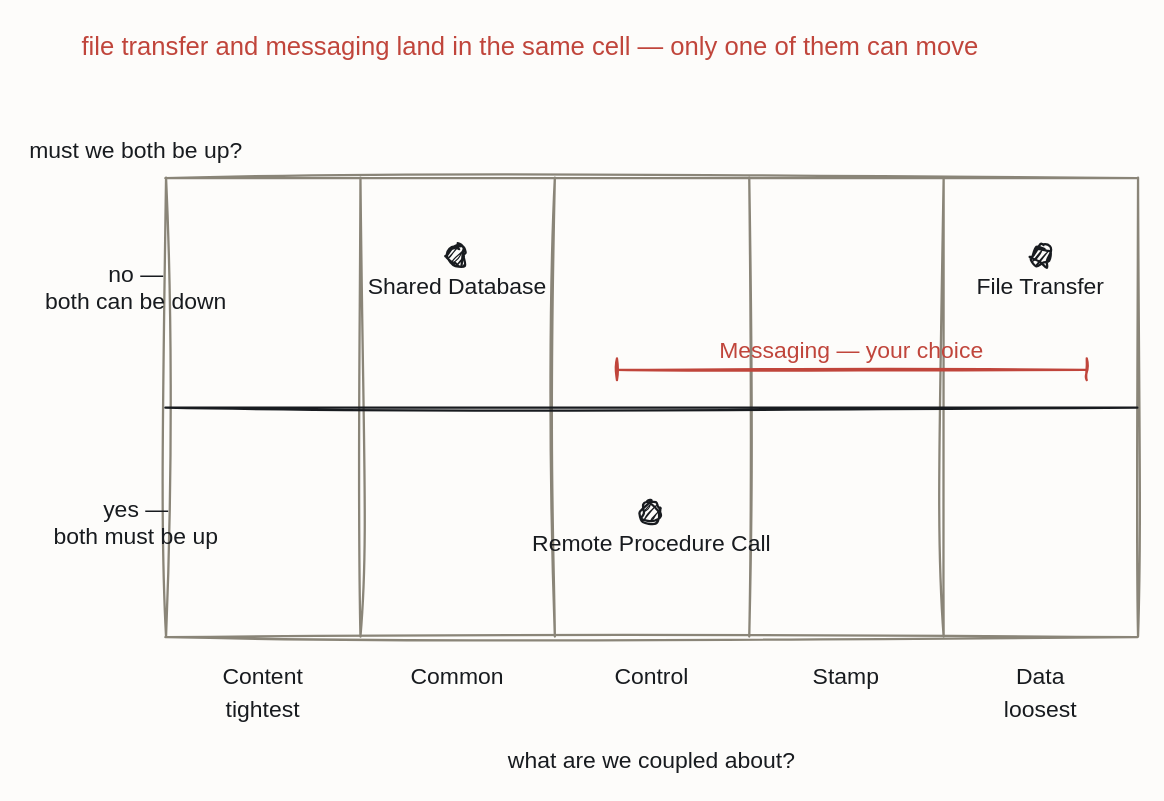
The draw.io diagram resources/grid-integration-styles.drawio in iancooper/practical-messaging, before the edit. Source tidied: cells renumbered, new cells numbered last; positions are measured from the earlier drawing's top-left corner, leaving out a move shared by most shapes. Both pictures are drawn from the tidied source at 135%, with x=0, y=0 at pixel (54, 23).
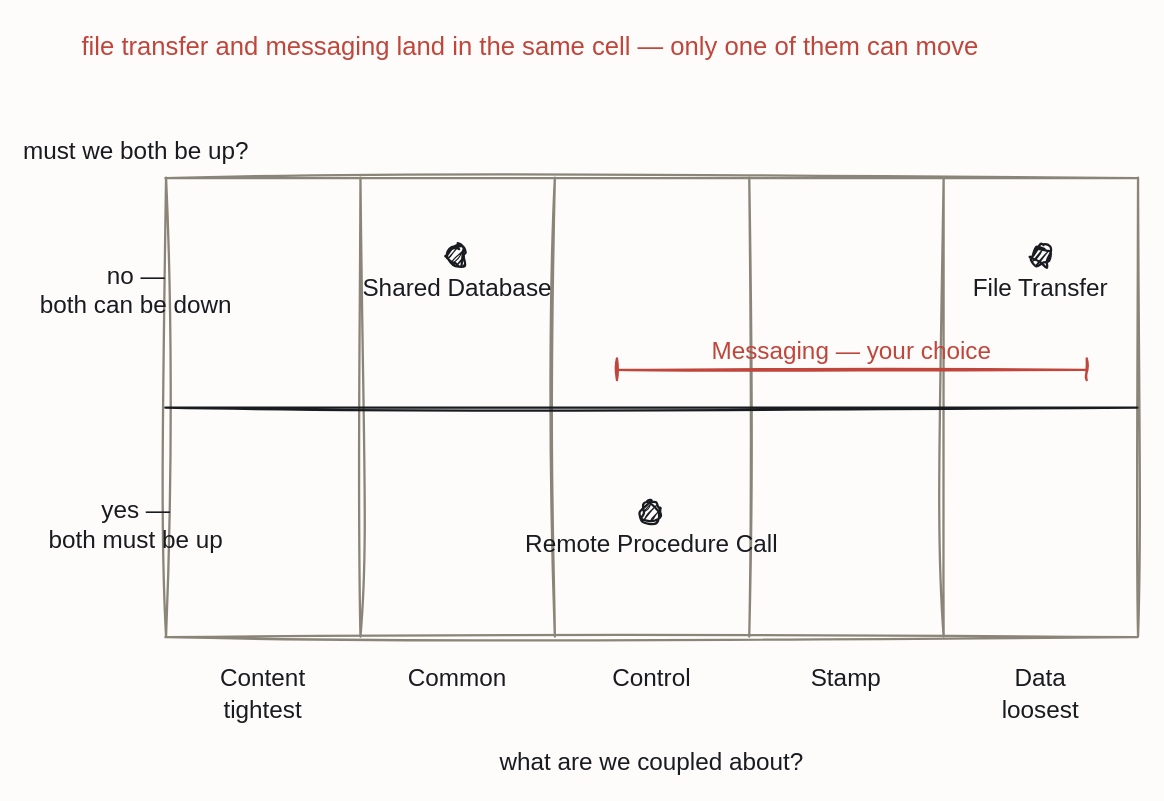
After the change.

The edit, as a diff of the source:
```diff
@@
-    <mxCell id="11" value="must we both be up?" style="text;html=1;align=center;fontFamily=Caveat;fontSize=17;fontColor=#181B1F;" parent="1" vertex="1">
+    <mxCell id="11" value="must we both be up?" style="text;html=1;align=center;fontFamily=Caveat;fontSize=18;fontColor=#181B1F;" parent="1" vertex="1">
       <mxGeometry y="78" width="120" height="20" as="geometry" />
     </mxCell>
-    <mxCell id="12" value="no —&#10;both can be down" style="text;html=1;align=center;fontFamily=Caveat;fontSize=17;fontColor=#181B1F;" parent="1" vertex="1">
+    <mxCell id="12" value="no —&#10;both can be down" style="text;html=1;align=center;fontFamily=Caveat;fontSize=18;fontColor=#181B1F;" parent="1" vertex="1">
       <mxGeometry y="170" width="120" height="20" as="geometry" />
     </mxCell>
-    <mxCell id="13" value="yes —&#10;both must be up" style="text;html=1;align=center;fontFamily=Caveat;fontSize=17;fontColor=#181B1F;" parent="1" vertex="1">
+    <mxCell id="13" value="yes —&#10;both must be up" style="text;html=1;align=center;fontFamily=Caveat;fontSize=18;fontColor=#181B1F;" parent="1" vertex="1">
       <mxGeometry y="344" width="120" height="20" as="geometry" />
     </mxCell>
-    <mxCell id="14" value="Content" style="text;html=1;align=center;fontFamily=Caveat;fontSize=17;fontColor=#181B1F;" parent="1" vertex="1">
+    <mxCell id="14" value="Content" style="text;html=1;align=center;fontFamily=Caveat;fontSize=18;fontColor=#181B1F;" parent="1" vertex="1">
       <mxGeometry x="94" y="468" width="120" height="20" as="geometry" />
     </mxCell>
-    <mxCell id="15" value="Common" style="text;html=1;align=center;fontFamily=Caveat;fontSize=17;fontColor=#181B1F;" parent="1" vertex="1">
+    <mxCell id="15" value="Common" style="text;html=1;align=center;fontFamily=Caveat;fontSize=18;fontColor=#181B1F;" parent="1" vertex="1">
       <mxGeometry x="238" y="468" width="120" height="20" as="geometry" />
     </mxCell>
-    <mxCell id="16" value="Control" style="text;html=1;align=center;fontFamily=Caveat;fontSize=17;fontColor=#181B1F;" parent="1" vertex="1">
+    <mxCell id="16" value="Control" style="text;html=1;align=center;fontFamily=Caveat;fontSize=18;fontColor=#181B1F;" parent="1" vertex="1">
       <mxGeometry x="382" y="468" width="120" height="20" as="geometry" />
     </mxCell>
-    <mxCell id="17" value="Stamp" style="text;html=1;align=center;fontFamily=Caveat;fontSize=17;fontColor=#181B1F;" parent="1" vertex="1">
+    <mxCell id="17" value="Stamp" style="text;html=1;align=center;fontFamily=Caveat;fontSize=18;fontColor=#181B1F;" parent="1" vertex="1">
       <mxGeometry x="526" y="468" width="120" height="20" as="geometry" />
     </mxCell>
-    <mxCell id="18" value="Data" style="text;html=1;align=center;fontFamily=Caveat;fontSize=17;fontColor=#181B1F;" parent="1" vertex="1">
+    <mxCell id="18" value="Data" style="text;html=1;align=center;fontFamily=Caveat;fontSize=18;fontColor=#181B1F;" parent="1" vertex="1">
       <mxGeometry x="670" y="468" width="120" height="20" as="geometry" />
     </mxCell>
-    <mxCell id="19" value="tightest" style="text;html=1;align=center;fontFamily=Caveat;fontSize=17;fontColor=#181B1F;" parent="1" vertex="1">
+    <mxCell id="19" value="tightest" style="text;html=1;align=center;fontFamily=Caveat;fontSize=18;fontColor=#181B1F;" parent="1" vertex="1">
       <mxGeometry x="94" y="492" width="120" height="20" as="geometry" />
     </mxCell>
-    <mxCell id="20" value="loosest" style="text;html=1;align=center;fontFamily=Caveat;fontSize=17;fontColor=#181B1F;" parent="1" vertex="1">
+    <mxCell id="20" value="loosest" style="text;html=1;align=center;fontFamily=Caveat;fontSize=18;fontColor=#181B1F;" parent="1" vertex="1">
       <mxGeometry x="670" y="492" width="120" height="20" as="geometry" />
     </mxCell>
-    <mxCell id="21" value="what are we coupled about?" style="text;html=1;align=center;fontFamily=Caveat;fontSize=17;fontColor=#181B1F;" parent="1" vertex="1">
+    <mxCell id="21" value="what are we coupled about?" style="text;html=1;align=center;fontFamily=Caveat;fontSize=18;fontColor=#181B1F;" parent="1" vertex="1">
       <mxGeometry x="382" y="530" width="120" height="20" as="geometry" />
     </mxCell>
@@
-    <mxCell id="23" value="Shared Database" style="sketch=1;hachureGap=4;jiggle=2;curveFitting=1;fontFamily=Caveat;html=1;ellipse;verticalLabelPosition=bottom;verticalAlign=top;strokeColor=#181B1F;strokeWidth=1.7;fillColor=#181B1F;fontColor=#181B1F;fontSize=17;" parent="1" vertex="1">
+    <mxCell id="23" value="Shared Database" style="sketch=1;hachureGap=4;jiggle=2;curveFitting=1;fontFamily=Caveat;html=1;ellipse;verticalLabelPosition=bottom;verticalAlign=top;strokeColor=#181B1F;strokeWidth=1.7;fillColor=#181B1F;fontColor=#181B1F;fontSize=18;" parent="1" vertex="1">
       <mxGeometry x="291" y="165" width="14" height="14" as="geometry" />
     </mxCell>
-    <mxCell id="24" value="File Transfer" style="sketch=1;hachureGap=4;jiggle=2;curveFitting=1;fontFamily=Caveat;html=1;ellipse;verticalLabelPosition=bottom;verticalAlign=top;strokeColor=#181B1F;strokeWidth=1.7;fillColor=#181B1F;fontColor=#181B1F;fontSize=17;" parent="1" vertex="1">
+    <mxCell id="24" value="File Transfer" style="sketch=1;hachureGap=4;jiggle=2;curveFitting=1;fontFamily=Caveat;html=1;ellipse;verticalLabelPosition=bottom;verticalAlign=top;strokeColor=#181B1F;strokeWidth=1.7;fillColor=#181B1F;fontColor=#181B1F;fontSize=18;" parent="1" vertex="1">
       <mxGeometry x="723" y="165" width="14" height="14" as="geometry" />
     </mxCell>
-    <mxCell id="25" value="Remote Procedure Call" style="sketch=1;hachureGap=4;jiggle=2;curveFitting=1;fontFamily=Caveat;html=1;ellipse;verticalLabelPosition=bottom;verticalAlign=top;strokeColor=#181B1F;strokeWidth=1.7;fillColor=#181B1F;fontColor=#181B1F;fontSize=17;" parent="1" vertex="1">
+    <mxCell id="25" value="Remote Procedure Call" style="sketch=1;hachureGap=4;jiggle=2;curveFitting=1;fontFamily=Caveat;html=1;ellipse;verticalLabelPosition=bottom;verticalAlign=top;strokeColor=#181B1F;strokeWidth=1.7;fillColor=#181B1F;fontColor=#181B1F;fontSize=18;" parent="1" vertex="1">
       <mxGeometry x="435" y="355" width="14" height="14" as="geometry" />
     </mxCell>
@@
-    <mxCell id="29" value="Messaging — your choice" style="text;html=1;align=center;fontFamily=Caveat;fontSize=17;fontColor=#C0453B;" parent="1" vertex="1">
+    <mxCell id="29" value="Messaging — your choice" style="text;html=1;align=center;fontFamily=Caveat;fontSize=18;fontColor=#C0453B;" parent="1" vertex="1">
       <mxGeometry x="530" y="226" width="120" height="20" as="geometry" />
     </mxCell>
```
